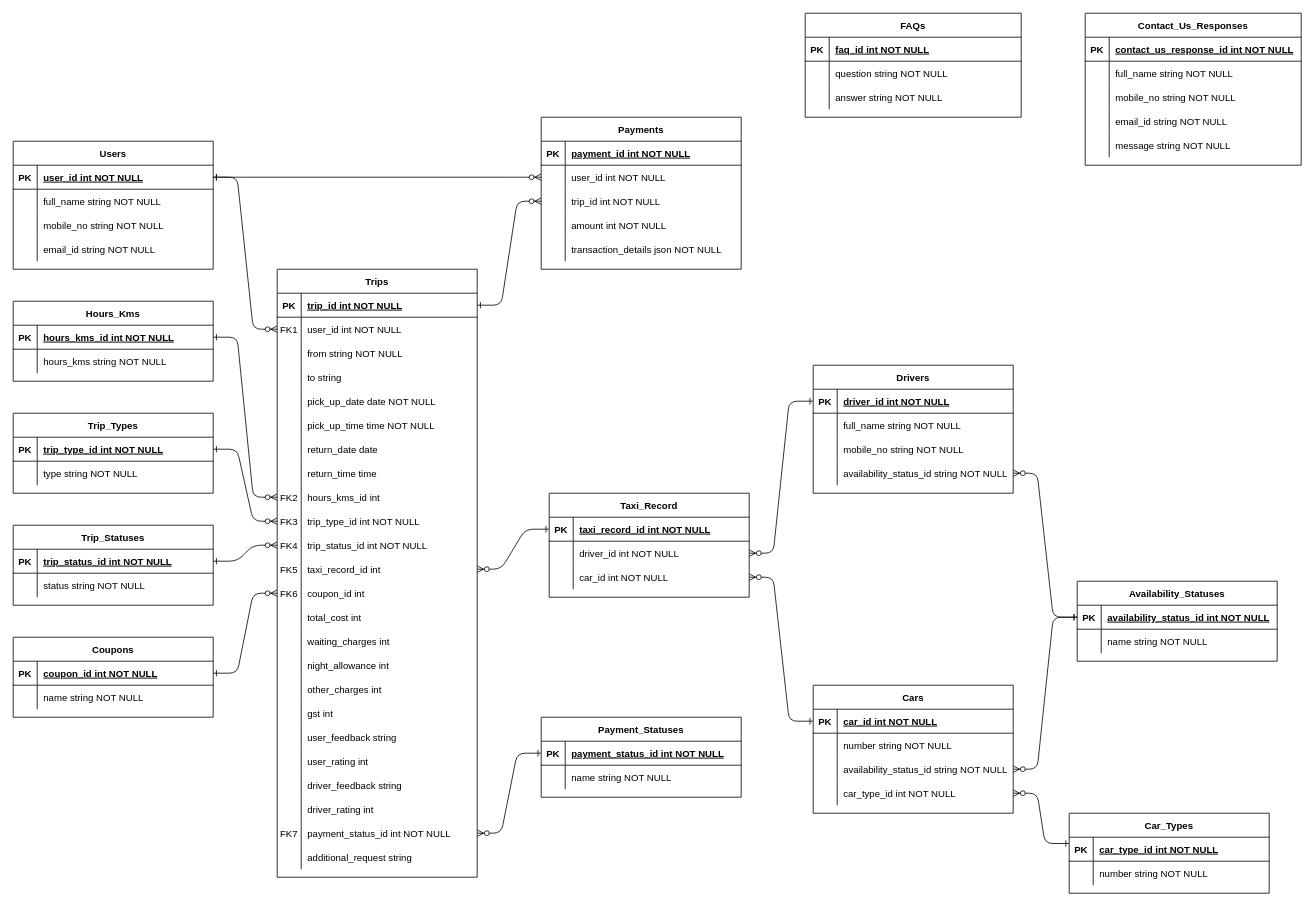
The draw.io diagram BTC.drawio in TechManTejas/BombayTaxiCo_Express_Backend, before the edit. Source tidied: cells renumbered, new cells numbered last; positions are measured from the earlier drawing's top-left corner, leaving out a move shared by most shapes. Both pictures are drawn from the tidied source at 80%, with x=0, y=0 at pixel (13, 13).
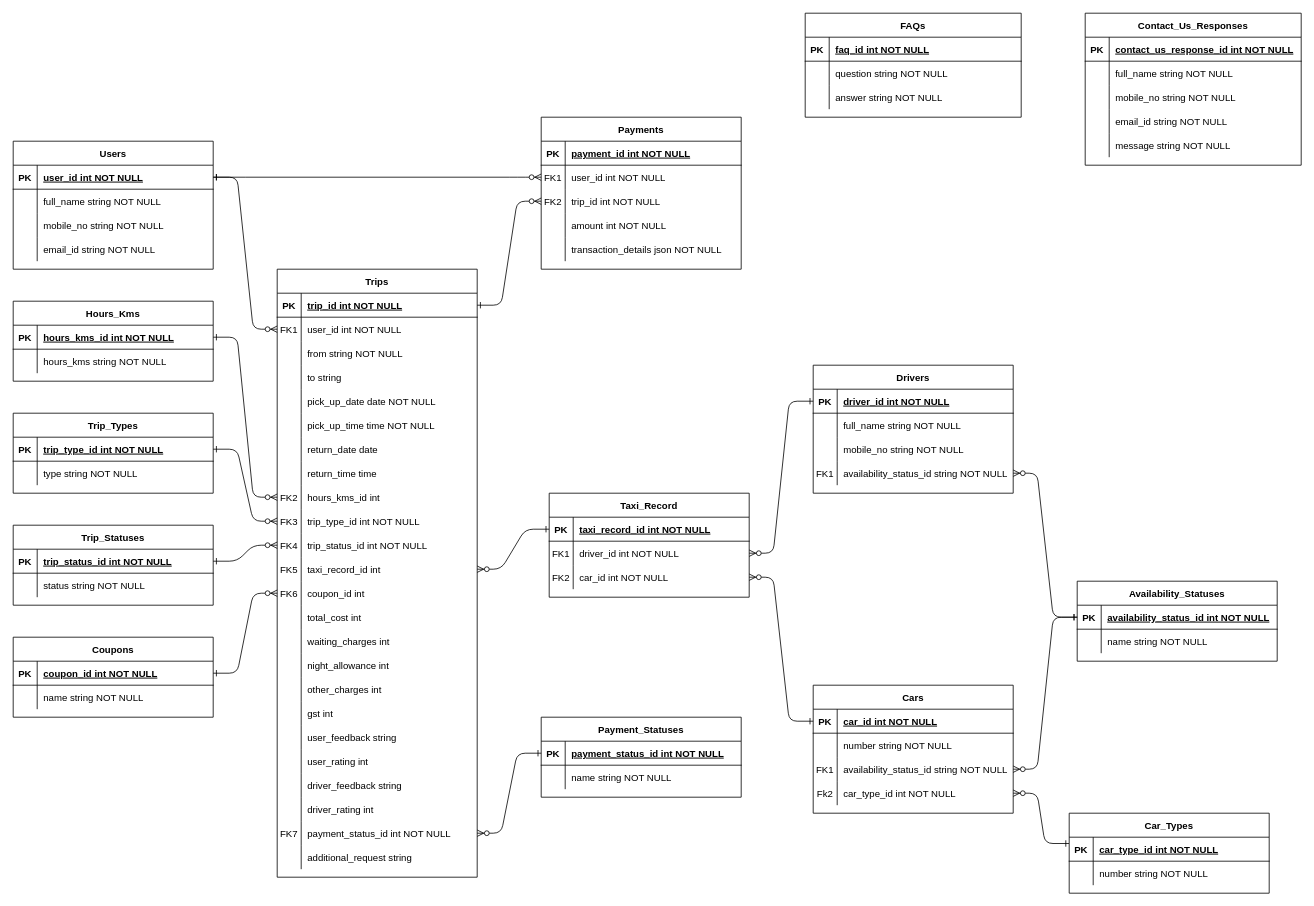
Above is the later version.

The change refers to these unchanged cells:
```xml
<mxCell id="123" style="shape=partialRectangle;fillColor=none;points=[[0,0.5],[1,0.5]];portConstraint=eastwest;top=0;left=0;right=0;bottom=0;" parent="113" vertex="1">
  <mxGeometry y="120" width="250" height="30" as="geometry" />
</mxCell>
<mxCell id="133" style="shape=partialRectangle;fillColor=none;points=[[0,0.5],[1,0.5]];portConstraint=eastwest;top=0;left=0;right=0;bottom=0;" parent="126" vertex="1">
  <mxGeometry y="90" width="250" height="30" as="geometry" />
</mxCell>
<mxCell id="136" style="shape=partialRectangle;fillColor=none;points=[[0,0.5],[1,0.5]];portConstraint=eastwest;top=0;left=0;right=0;bottom=0;" parent="126" vertex="1">
  <mxGeometry y="120" width="250" height="30" as="geometry" />
</mxCell>
<mxCell id="192" style="shape=partialRectangle;fillColor=none;points=[[0,0.5],[1,0.5]];portConstraint=eastwest;top=0;left=0;right=0;bottom=0;" parent="188" vertex="1">
  <mxGeometry y="60" width="250" height="30" as="geometry" />
</mxCell>
<mxCell id="195" style="shape=partialRectangle;fillColor=none;points=[[0,0.5],[1,0.5]];portConstraint=eastwest;top=0;left=0;right=0;bottom=0;" parent="188" vertex="1">
  <mxGeometry y="90" width="250" height="30" as="geometry" />
</mxCell>
<mxCell id="210" style="shape=partialRectangle;fillColor=none;points=[[0,0.5],[1,0.5]];portConstraint=eastwest;top=0;left=0;right=0;bottom=0;" parent="206" vertex="1">
  <mxGeometry y="60" width="250" height="30" as="geometry" />
</mxCell>
<mxCell id="213" style="shape=partialRectangle;fillColor=none;points=[[0,0.5],[1,0.5]];portConstraint=eastwest;top=0;left=0;right=0;bottom=0;" parent="206" vertex="1">
  <mxGeometry y="90" width="250" height="30" as="geometry" />
</mxCell>
```

What changed in the source:
```diff
@@
-    <mxCell id="124" style="shape=partialRectangle;overflow=hidden;fillColor=none;top=0;left=0;bottom=0;right=0;" parent="123" vertex="1">
+    <mxCell id="124" value="FK1" style="shape=partialRectangle;overflow=hidden;fillColor=none;top=0;left=0;bottom=0;right=0;" parent="123" vertex="1">
       <mxGeometry width="30" height="30" as="geometry" />
     </mxCell>
@@
-    <mxCell id="134" style="shape=partialRectangle;overflow=hidden;fillColor=none;top=0;left=0;bottom=0;right=0;" parent="133" vertex="1">
+    <mxCell id="134" value="FK1" style="shape=partialRectangle;overflow=hidden;fillColor=none;top=0;left=0;bottom=0;right=0;" parent="133" vertex="1">
       <mxGeometry width="30" height="30" as="geometry" />
     </mxCell>
@@
-    <mxCell id="137" style="shape=partialRectangle;overflow=hidden;fillColor=none;top=0;left=0;bottom=0;right=0;" parent="136" vertex="1">
+    <mxCell id="137" value="Fk2" style="shape=partialRectangle;overflow=hidden;fillColor=none;top=0;left=0;bottom=0;right=0;" parent="136" vertex="1">
       <mxGeometry width="30" height="30" as="geometry" />
     </mxCell>
@@
-    <mxCell id="193" style="shape=partialRectangle;overflow=hidden;fillColor=none;top=0;left=0;bottom=0;right=0;" parent="192" vertex="1">
+    <mxCell id="193" value="FK1" style="shape=partialRectangle;overflow=hidden;fillColor=none;top=0;left=0;bottom=0;right=0;" parent="192" vertex="1">
       <mxGeometry width="30" height="30" as="geometry" />
     </mxCell>
@@
-    <mxCell id="196" style="shape=partialRectangle;overflow=hidden;fillColor=none;top=0;left=0;bottom=0;right=0;" parent="195" vertex="1">
+    <mxCell id="196" value="FK2" style="shape=partialRectangle;overflow=hidden;fillColor=none;top=0;left=0;bottom=0;right=0;" parent="195" vertex="1">
       <mxGeometry width="30" height="30" as="geometry" />
     </mxCell>
@@
-    <mxCell id="211" style="shape=partialRectangle;overflow=hidden;fillColor=none;top=0;left=0;bottom=0;right=0;" parent="210" vertex="1">
+    <mxCell id="211" value="FK1" style="shape=partialRectangle;overflow=hidden;fillColor=none;top=0;left=0;bottom=0;right=0;" parent="210" vertex="1">
       <mxGeometry width="30" height="30" as="geometry" />
     </mxCell>
@@
-    <mxCell id="214" style="shape=partialRectangle;overflow=hidden;fillColor=none;top=0;left=0;bottom=0;right=0;" parent="213" vertex="1">
+    <mxCell id="214" value="FK2" style="shape=partialRectangle;overflow=hidden;fillColor=none;top=0;left=0;bottom=0;right=0;" parent="213" vertex="1">
       <mxGeometry width="30" height="30" as="geometry" />
     </mxCell>
```
